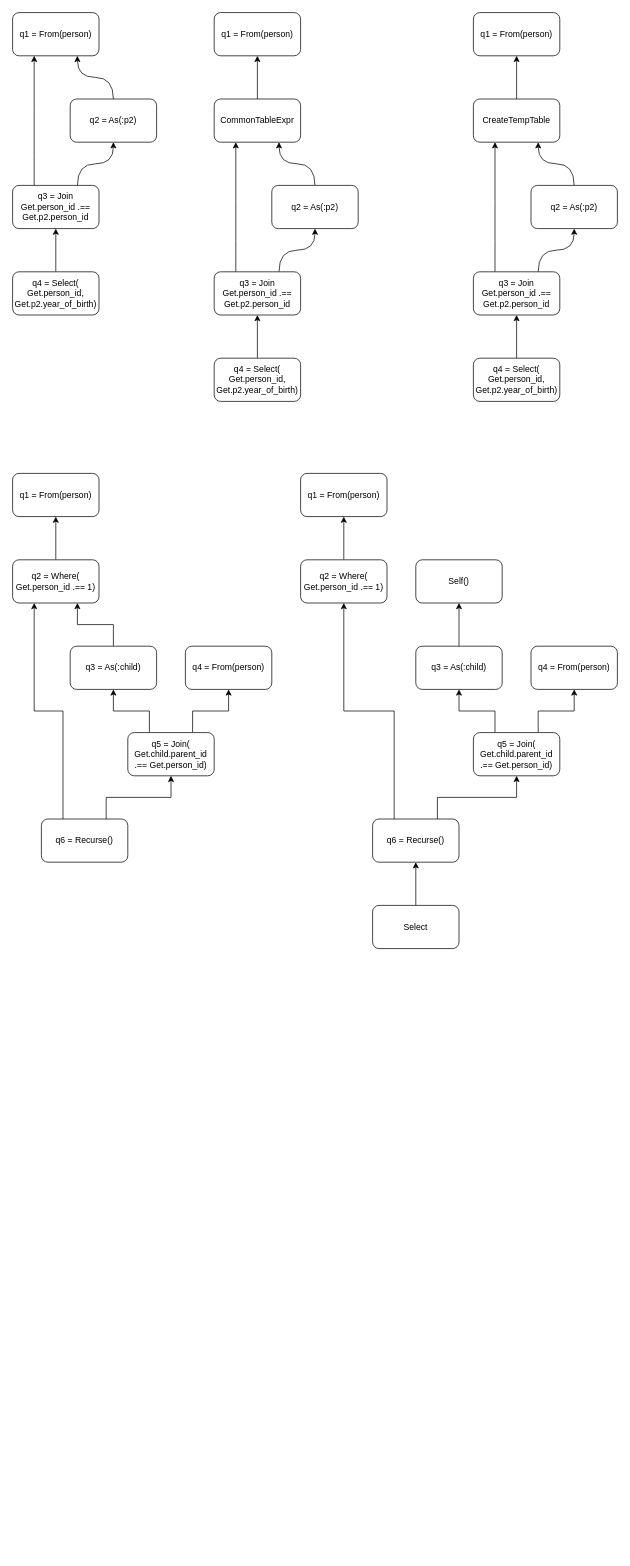
Before: page "WITH / TEMP TABLE" (14 of 14) of sql-dsl.drawio in rbt-lang/diagrams, a draw.io diagram. Source tidied: cells renumbered, new cells numbered last; positions are measured from the earlier drawing's top-left corner, leaving out a move shared by most shapes. Both pictures are drawn from the tidied source at 72%, with x=0, y=0 at pixel (12, 12).
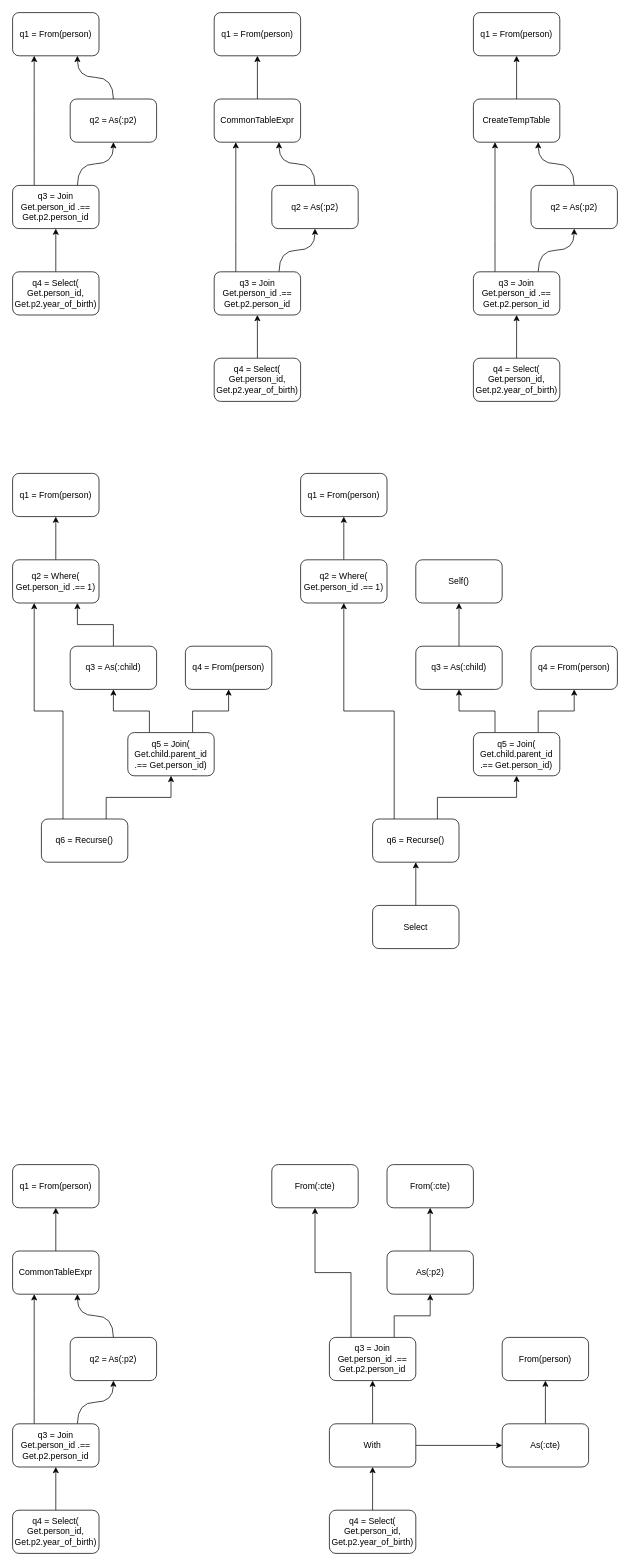
After the change.

Diff of the diagram source:
```diff
@@
+    <mxCell id="57" value="q1 = From(person)" style="rounded=1;whiteSpace=wrap;html=1;" parent="1" vertex="1">
+      <mxGeometry y="1600" width="120" height="60" as="geometry" />
+    </mxCell>
+    <mxCell id="58" style="edgeStyle=orthogonalEdgeStyle;rounded=0;jettySize=auto;html=1;curved=1;exitX=0.25;exitY=0;exitDx=0;exitDy=0;entryX=0.25;entryY=1;entryDx=0;entryDy=0;" parent="1" edge="1" source="60" target="66">
+      <mxGeometry relative="1" as="geometry" />
+    </mxCell>
+    <mxCell id="59" style="edgeStyle=orthogonalEdgeStyle;curved=1;rounded=0;jettySize=auto;html=1;exitX=0.75;exitY=0;exitDx=0;exitDy=0;entryX=0.5;entryY=1;entryDx=0;entryDy=0;" parent="1" edge="1" source="60" target="62">
+      <mxGeometry relative="1" as="geometry" />
+    </mxCell>
+    <mxCell id="60" value="q3 = Join&lt;br&gt;Get.person_id .==&lt;br&gt;Get.p2.person_id" style="rounded=1;whiteSpace=wrap;html=1;" parent="1" vertex="1">
+      <mxGeometry y="1960" width="120" height="60" as="geometry" />
+    </mxCell>
+    <mxCell id="61" style="edgeStyle=orthogonalEdgeStyle;curved=1;rounded=0;jettySize=auto;html=1;entryX=0.75;entryY=1;entryDx=0;entryDy=0;" parent="1" edge="1" source="62" target="66">
+      <mxGeometry relative="1" as="geometry" />
+    </mxCell>
+    <mxCell id="62" value="q2 = As(:p2)" style="rounded=1;whiteSpace=wrap;html=1;" parent="1" vertex="1">
+      <mxGeometry x="80" y="1840" width="120" height="60" as="geometry" />
+    </mxCell>
+    <mxCell id="63" style="edgeStyle=orthogonalEdgeStyle;rounded=0;jettySize=auto;html=1;entryX=0.5;entryY=1;entryDx=0;entryDy=0;" parent="1" edge="1" source="64" target="60">
+      <mxGeometry relative="1" as="geometry" />
+    </mxCell>
+    <mxCell id="64" value="q4 = Select(&lt;br&gt;Get.person_id,&lt;br&gt;Get.p2.year_of_birth)" style="rounded=1;whiteSpace=wrap;html=1;" parent="1" vertex="1">
+      <mxGeometry y="2080" width="120" height="60" as="geometry" />
+    </mxCell>
+    <mxCell id="65" style="edgeStyle=orthogonalEdgeStyle;rounded=0;jettySize=auto;html=1;entryX=0.5;entryY=1;entryDx=0;entryDy=0;fontSize=14;" parent="1" edge="1" source="66" target="57">
+      <mxGeometry relative="1" as="geometry" />
+    </mxCell>
+    <mxCell id="66" value="CommonTableExpr" style="rounded=1;whiteSpace=wrap;html=1;" parent="1" vertex="1">
+      <mxGeometry y="1720" width="120" height="60" as="geometry" />
+    </mxCell>
+    <mxCell id="67" value="From(:cte)" style="rounded=1;whiteSpace=wrap;html=1;" parent="1" vertex="1">
+      <mxGeometry x="360" y="1600" width="120" height="60" as="geometry" />
+    </mxCell>
+    <mxCell id="68" value="From(:cte)" style="rounded=1;whiteSpace=wrap;html=1;" parent="1" vertex="1">
+      <mxGeometry x="520" y="1600" width="120" height="60" as="geometry" />
+    </mxCell>
+    <mxCell id="69" style="edgeStyle=orthogonalEdgeStyle;rounded=0;jettySize=auto;html=1;entryX=0.5;entryY=1;entryDx=0;entryDy=0;" parent="1" edge="1" source="70" target="68">
+      <mxGeometry relative="1" as="geometry" />
+    </mxCell>
+    <mxCell id="70" value="As(:p2)" style="rounded=1;whiteSpace=wrap;html=1;" parent="1" vertex="1">
+      <mxGeometry x="520" y="1720" width="120" height="60" as="geometry" />
+    </mxCell>
+    <mxCell id="71" style="edgeStyle=orthogonalEdgeStyle;rounded=0;jettySize=auto;html=1;exitX=0.25;exitY=0;exitDx=0;exitDy=0;entryX=0.5;entryY=1;entryDx=0;entryDy=0;" parent="1" edge="1" source="73" target="67">
+      <mxGeometry relative="1" as="geometry" />
+    </mxCell>
+    <mxCell id="72" style="edgeStyle=orthogonalEdgeStyle;rounded=0;jettySize=auto;html=1;exitX=0.75;exitY=0;exitDx=0;exitDy=0;entryX=0.5;entryY=1;entryDx=0;entryDy=0;" parent="1" edge="1" source="73" target="70">
+      <mxGeometry relative="1" as="geometry" />
+    </mxCell>
+    <mxCell id="73" value="q3 = Join&lt;br&gt;Get.person_id .==&lt;br&gt;Get.p2.person_id" style="rounded=1;whiteSpace=wrap;html=1;" parent="1" vertex="1">
+      <mxGeometry x="440" y="1840" width="120" height="60" as="geometry" />
+    </mxCell>
+    <mxCell id="74" style="edgeStyle=orthogonalEdgeStyle;rounded=0;jettySize=auto;html=1;entryX=0.5;entryY=1;entryDx=0;entryDy=0;" parent="1" edge="1" source="75" target="78">
+      <mxGeometry relative="1" as="geometry" />
+    </mxCell>
+    <mxCell id="75" value="q4 = Select(&lt;br&gt;Get.person_id,&lt;br&gt;Get.p2.year_of_birth)" style="rounded=1;whiteSpace=wrap;html=1;" parent="1" vertex="1">
+      <mxGeometry x="440" y="2080" width="120" height="60" as="geometry" />
+    </mxCell>
+    <mxCell id="76" style="edgeStyle=orthogonalEdgeStyle;rounded=0;jettySize=auto;html=1;entryX=0;entryY=0.5;entryDx=0;entryDy=0;" parent="1" edge="1" source="78" target="81">
+      <mxGeometry relative="1" as="geometry" />
+    </mxCell>
+    <mxCell id="77" style="edgeStyle=orthogonalEdgeStyle;rounded=0;jettySize=auto;html=1;entryX=0.5;entryY=1;entryDx=0;entryDy=0;" parent="1" edge="1" source="78" target="73">
+      <mxGeometry relative="1" as="geometry" />
+    </mxCell>
+    <mxCell id="78" value="With" style="rounded=1;whiteSpace=wrap;html=1;" parent="1" vertex="1">
+      <mxGeometry x="440" y="1960" width="120" height="60" as="geometry" />
+    </mxCell>
+    <mxCell id="79" value="From(person)" style="rounded=1;whiteSpace=wrap;html=1;" parent="1" vertex="1">
+      <mxGeometry x="680" y="1840" width="120" height="60" as="geometry" />
+    </mxCell>
+    <mxCell id="80" style="edgeStyle=orthogonalEdgeStyle;rounded=0;jettySize=auto;html=1;entryX=0.5;entryY=1;entryDx=0;entryDy=0;" parent="1" edge="1" source="81" target="79">
+      <mxGeometry relative="1" as="geometry" />
+    </mxCell>
+    <mxCell id="81" value="As(:cte)" style="rounded=1;whiteSpace=wrap;html=1;" parent="1" vertex="1">
+      <mxGeometry x="680" y="1960" width="120" height="60" as="geometry" />
+    </mxCell>
```
